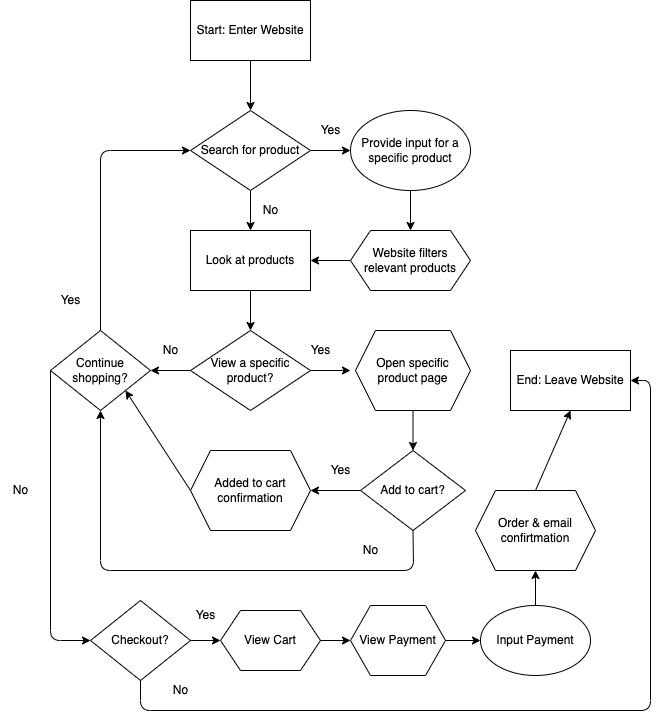
This is explore/diagramming/diagram.drawio.png from AndrewOnozuka/fa22-cse110-lab4, a draw.io export, as it was before one commit. Source tidied: cells renumbered, new cells last; positions are measured from the earlier drawing's top-left corner, leaving out a move shared by most shapes.
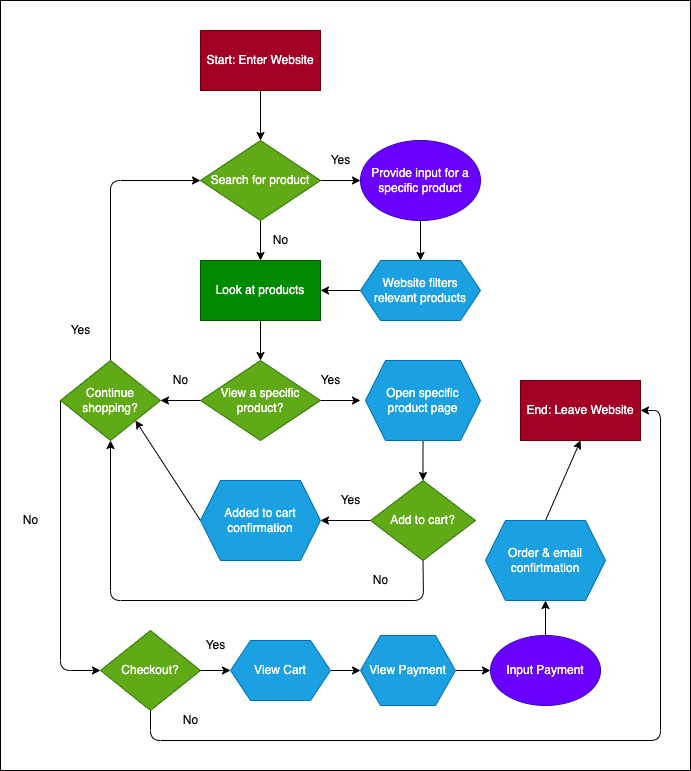
After the commit.

Commit message:
diagram colors

What changed in the source:
```diff
@@ -2,10 +2,13 @@
   <root>
     <mxCell id="0" />
     <mxCell id="1" parent="0" />
+    <mxCell id="48" style="rounded=0;whiteSpace=wrap;html=1;" parent="1" vertex="1">
+      <mxGeometry x="-10" y="-30" width="690" height="770" as="geometry" />
+    </mxCell>
     <mxCell id="2" style="edgeStyle=none;html=1;exitX=0.5;exitY=1;exitDx=0;exitDy=0;entryX=0.5;entryY=0;entryDx=0;entryDy=0;" parent="1" edge="1" source="3" target="6">
       <mxGeometry relative="1" as="geometry" />
     </mxCell>
-    <mxCell id="3" value="Start: Enter Website" style="rounded=0;whiteSpace=wrap;html=1;" parent="1" vertex="1">
+    <mxCell id="3" value="Start: Enter Website" style="rounded=0;whiteSpace=wrap;html=1;fillColor=#a20025;fontColor=#ffffff;strokeColor=#6F0000;" parent="1" vertex="1">
       <mxGeometry x="190" width="120" height="60" as="geometry" />
     </mxCell>
     <mxCell id="4" style="edgeStyle=none;html=1;exitX=0.5;exitY=1;exitDx=0;exitDy=0;" parent="1" edge="1" source="6">
@@ -18,7 +21,7 @@
         <mxPoint x="350" y="150" as="targetPoint" />
       </mxGeometry>
     </mxCell>
-    <mxCell id="6" value="Search for product" style="rhombus;whiteSpace=wrap;html=1;" parent="1" vertex="1">
+    <mxCell id="6" value="Search for product" style="rhombus;whiteSpace=wrap;html=1;fillColor=#60a917;fontColor=#ffffff;strokeColor=#2D7600;" parent="1" vertex="1">
       <mxGeometry x="190" y="110" width="120" height="80" as="geometry" />
     </mxCell>
     <mxCell id="7" value="No" style="text;html=1;align=center;verticalAlign=middle;strokeColor=none;fillColor=none;" parent="1" vertex="1">
@@ -30,19 +33,19 @@
     <mxCell id="9" style="edgeStyle=none;html=1;exitX=0.5;exitY=1;exitDx=0;exitDy=0;" parent="1" edge="1" source="10" target="14">
       <mxGeometry relative="1" as="geometry" />
     </mxCell>
-    <mxCell id="10" value="Provide input for a specific product" style="ellipse;whiteSpace=wrap;html=1;" parent="1" vertex="1">
+    <mxCell id="10" value="Provide input for a specific product" style="ellipse;whiteSpace=wrap;html=1;fillColor=#6a00ff;fontColor=#ffffff;strokeColor=#3700CC;" parent="1" vertex="1">
       <mxGeometry x="350" y="110" width="120" height="80" as="geometry" />
     </mxCell>
     <mxCell id="11" style="edgeStyle=none;html=1;exitX=0.5;exitY=1;exitDx=0;exitDy=0;entryX=0.5;entryY=0;entryDx=0;entryDy=0;" parent="1" edge="1" source="12" target="17">
       <mxGeometry relative="1" as="geometry" />
     </mxCell>
-    <mxCell id="12" value="Look at products" style="rounded=0;whiteSpace=wrap;html=1;" parent="1" vertex="1">
+    <mxCell id="12" value="Look at products" style="rounded=0;whiteSpace=wrap;html=1;fillColor=#008a00;fontColor=#ffffff;strokeColor=#005700;" parent="1" vertex="1">
       <mxGeometry x="190" y="230" width="120" height="60" as="geometry" />
     </mxCell>
     <mxCell id="13" style="edgeStyle=none;html=1;exitX=0;exitY=0.5;exitDx=0;exitDy=0;entryX=1;entryY=0.5;entryDx=0;entryDy=0;" parent="1" edge="1" source="14" target="12">
       <mxGeometry relative="1" as="geometry" />
     </mxCell>
-    <mxCell id="14" value="Website filters relevant products" style="shape=hexagon;perimeter=hexagonPerimeter2;whiteSpace=wrap;html=1;fixedSize=1;" parent="1" vertex="1">
+    <mxCell id="14" value="Website filters relevant products" style="shape=hexagon;perimeter=hexagonPerimeter2;whiteSpace=wrap;html=1;fixedSize=1;fillColor=#1ba1e2;fontColor=#ffffff;strokeColor=#006EAF;" parent="1" vertex="1">
       <mxGeometry x="350" y="230" width="120" height="60" as="geometry" />
     </mxCell>
     <mxCell id="15" style="edgeStyle=none;html=1;exitX=1;exitY=0.5;exitDx=0;exitDy=0;" parent="1" edge="1" source="17">
@@ -55,7 +58,7 @@
         <mxPoint x="150" y="370" as="targetPoint" />
       </mxGeometry>
     </mxCell>
-    <mxCell id="17" value="View a specific product?" style="rhombus;whiteSpace=wrap;html=1;" parent="1" vertex="1">
+    <mxCell id="17" value="View a specific product?" style="rhombus;whiteSpace=wrap;html=1;fillColor=#60a917;fontColor=#ffffff;strokeColor=#2D7600;" parent="1" vertex="1">
       <mxGeometry x="190" y="330" width="120" height="80" as="geometry" />
     </mxCell>
     <mxCell id="18" value="Yes" style="text;html=1;align=center;verticalAlign=middle;strokeColor=none;fillColor=none;" parent="1" vertex="1">
@@ -78,7 +81,7 @@
         </Array>
       </mxGeometry>
     </mxCell>
-    <mxCell id="22" value="Continue shopping?" style="rhombus;whiteSpace=wrap;html=1;" parent="1" vertex="1">
+    <mxCell id="22" value="Continue shopping?" style="rhombus;whiteSpace=wrap;html=1;fillColor=#60a917;fontColor=#ffffff;strokeColor=#2D7600;" parent="1" vertex="1">
       <mxGeometry x="50" y="330" width="100" height="80" as="geometry" />
     </mxCell>
     <mxCell id="23" value="Yes" style="text;html=1;align=center;verticalAlign=middle;strokeColor=none;fillColor=none;" parent="1" vertex="1">
@@ -95,19 +98,19 @@
         </Array>
       </mxGeometry>
     </mxCell>
-    <mxCell id="26" value="Add to cart?" style="rhombus;whiteSpace=wrap;html=1;" parent="1" vertex="1">
+    <mxCell id="26" value="Add to cart?" style="rhombus;whiteSpace=wrap;html=1;fillColor=#60a917;fontColor=#ffffff;strokeColor=#2D7600;" parent="1" vertex="1">
       <mxGeometry x="360" y="450" width="105" height="80" as="geometry" />
     </mxCell>
     <mxCell id="27" style="edgeStyle=none;html=1;exitX=0.5;exitY=1;exitDx=0;exitDy=0;entryX=0.5;entryY=0;entryDx=0;entryDy=0;" parent="1" edge="1" source="28" target="26">
       <mxGeometry relative="1" as="geometry" />
     </mxCell>
-    <mxCell id="28" value="Open specific product page" style="shape=hexagon;perimeter=hexagonPerimeter2;whiteSpace=wrap;html=1;fixedSize=1;" parent="1" vertex="1">
+    <mxCell id="28" value="Open specific product page" style="shape=hexagon;perimeter=hexagonPerimeter2;whiteSpace=wrap;html=1;fixedSize=1;fillColor=#1ba1e2;fontColor=#ffffff;strokeColor=#006EAF;" parent="1" vertex="1">
       <mxGeometry x="355" y="330" width="115" height="80" as="geometry" />
     </mxCell>
     <mxCell id="29" style="edgeStyle=none;html=1;exitX=0;exitY=0.5;exitDx=0;exitDy=0;entryX=1;entryY=1;entryDx=0;entryDy=0;" parent="1" edge="1" source="30" target="22">
       <mxGeometry relative="1" as="geometry" />
     </mxCell>
-    <mxCell id="30" value="Added to cart confirmation" style="shape=hexagon;perimeter=hexagonPerimeter2;whiteSpace=wrap;html=1;fixedSize=1;" parent="1" vertex="1">
+    <mxCell id="30" value="Added to cart confirmation" style="shape=hexagon;perimeter=hexagonPerimeter2;whiteSpace=wrap;html=1;fixedSize=1;fillColor=#1ba1e2;fontColor=#ffffff;strokeColor=#006EAF;" parent="1" vertex="1">
       <mxGeometry x="190" y="450" width="120" height="80" as="geometry" />
     </mxCell>
     <mxCell id="31" value="No" style="text;html=1;align=center;verticalAlign=middle;strokeColor=none;fillColor=none;" parent="1" vertex="1">
@@ -128,7 +131,7 @@
         </Array>
       </mxGeometry>
     </mxCell>
-    <mxCell id="35" value="Checkout?" style="rhombus;whiteSpace=wrap;html=1;" parent="1" vertex="1">
+    <mxCell id="35" value="Checkout?" style="rhombus;whiteSpace=wrap;html=1;fillColor=#60a917;fontColor=#ffffff;strokeColor=#2D7600;" parent="1" vertex="1">
       <mxGeometry x="90" y="600" width="100" height="80" as="geometry" />
     </mxCell>
     <mxCell id="36" style="edgeStyle=none;html=1;exitX=1;exitY=0.5;exitDx=0;exitDy=0;" parent="1" edge="1" source="37">
@@ -136,7 +139,7 @@
         <mxPoint x="350" y="640" as="targetPoint" />
       </mxGeometry>
     </mxCell>
-    <mxCell id="37" value="View Cart" style="shape=hexagon;perimeter=hexagonPerimeter2;whiteSpace=wrap;html=1;fixedSize=1;" parent="1" vertex="1">
+    <mxCell id="37" value="View Cart" style="shape=hexagon;perimeter=hexagonPerimeter2;whiteSpace=wrap;html=1;fixedSize=1;fillColor=#1ba1e2;fontColor=#ffffff;strokeColor=#006EAF;" parent="1" vertex="1">
       <mxGeometry x="220" y="610" width="100" height="60" as="geometry" />
     </mxCell>
     <mxCell id="38" value="No" style="text;html=1;align=center;verticalAlign=middle;strokeColor=none;fillColor=none;" parent="1" vertex="1">
@@ -145,22 +148,22 @@
     <mxCell id="39" style="edgeStyle=none;html=1;exitX=1;exitY=0.5;exitDx=0;exitDy=0;entryX=0;entryY=0.5;entryDx=0;entryDy=0;" parent="1" edge="1" source="40" target="42">
       <mxGeometry relative="1" as="geometry" />
     </mxCell>
-    <mxCell id="40" value="View Payment" style="shape=hexagon;perimeter=hexagonPerimeter2;whiteSpace=wrap;html=1;fixedSize=1;" parent="1" vertex="1">
+    <mxCell id="40" value="View Payment" style="shape=hexagon;perimeter=hexagonPerimeter2;whiteSpace=wrap;html=1;fixedSize=1;fillColor=#1ba1e2;fontColor=#ffffff;strokeColor=#006EAF;" parent="1" vertex="1">
       <mxGeometry x="350" y="605" width="95" height="70" as="geometry" />
     </mxCell>
     <mxCell id="41" style="edgeStyle=none;html=1;exitX=0.5;exitY=0;exitDx=0;exitDy=0;entryX=0.5;entryY=1;entryDx=0;entryDy=0;" parent="1" edge="1" source="42" target="44">
       <mxGeometry relative="1" as="geometry" />
     </mxCell>
-    <mxCell id="42" value="Input Payment" style="ellipse;whiteSpace=wrap;html=1;" parent="1" vertex="1">
+    <mxCell id="42" value="Input Payment" style="ellipse;whiteSpace=wrap;html=1;fillColor=#6a00ff;fontColor=#ffffff;strokeColor=#3700CC;" parent="1" vertex="1">
       <mxGeometry x="480" y="605" width="110" height="70" as="geometry" />
     </mxCell>
     <mxCell id="43" style="edgeStyle=none;html=1;exitX=0.5;exitY=0;exitDx=0;exitDy=0;entryX=0.5;entryY=1;entryDx=0;entryDy=0;" parent="1" edge="1" source="44" target="45">
       <mxGeometry relative="1" as="geometry" />
     </mxCell>
-    <mxCell id="44" value="Order &amp;amp; email confirtmation" style="shape=hexagon;perimeter=hexagonPerimeter2;whiteSpace=wrap;html=1;fixedSize=1;" parent="1" vertex="1">
+    <mxCell id="44" value="Order &amp;amp; email confirtmation" style="shape=hexagon;perimeter=hexagonPerimeter2;whiteSpace=wrap;html=1;fixedSize=1;fillColor=#1ba1e2;fontColor=#ffffff;strokeColor=#006EAF;" parent="1" vertex="1">
       <mxGeometry x="475" y="490" width="120" height="80" as="geometry" />
     </mxCell>
-    <mxCell id="45" value="End: Leave Website" style="rounded=0;whiteSpace=wrap;html=1;" parent="1" vertex="1">
+    <mxCell id="45" value="End: Leave Website" style="rounded=0;whiteSpace=wrap;html=1;fillColor=#a20025;fontColor=#ffffff;strokeColor=#6F0000;" parent="1" vertex="1">
       <mxGeometry x="510" y="350" width="120" height="60" as="geometry" />
     </mxCell>
     <mxCell id="46" value="Yes" style="text;html=1;align=center;verticalAlign=middle;strokeColor=none;fillColor=none;" parent="1" vertex="1">
```
